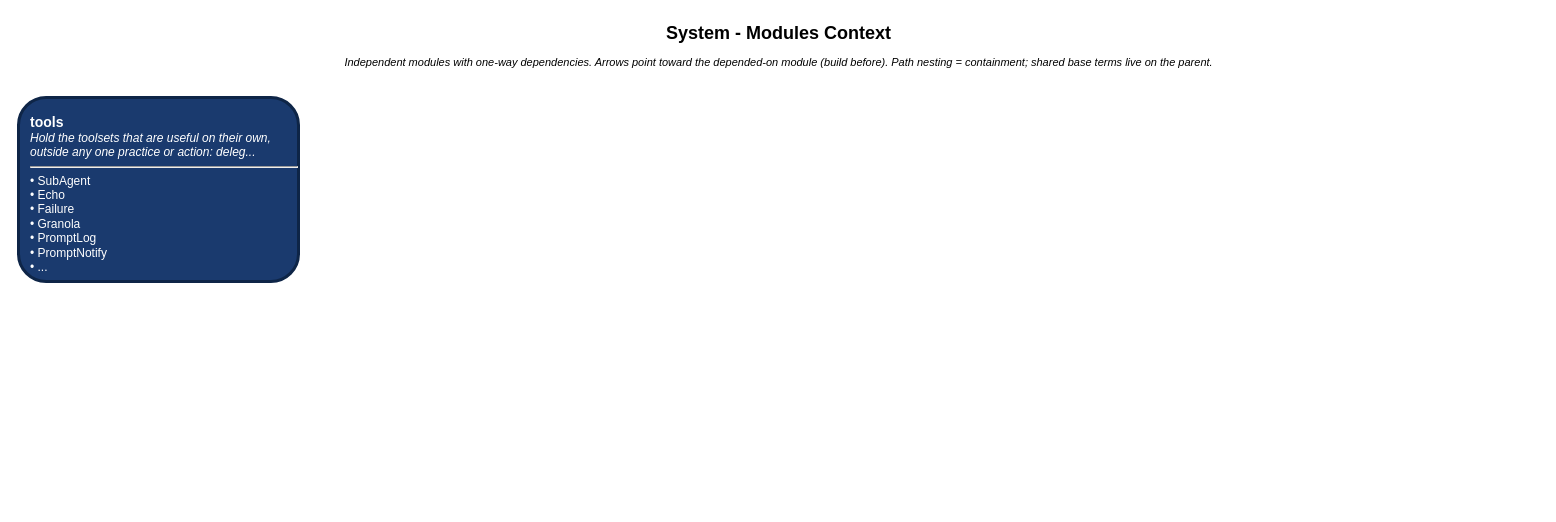
abd-works/abd-context-driven-delivery keeps this draw.io diagram as .context/modules.drawio. Above is the earlier version. Source tidied: cells renumbered, new cells numbered last; positions are measured from the earlier drawing's top-left corner, leaving out a move shared by most shapes. Both pictures are drawn from the tidied source at 100%, with x=0, y=0 at pixel (18, 17).
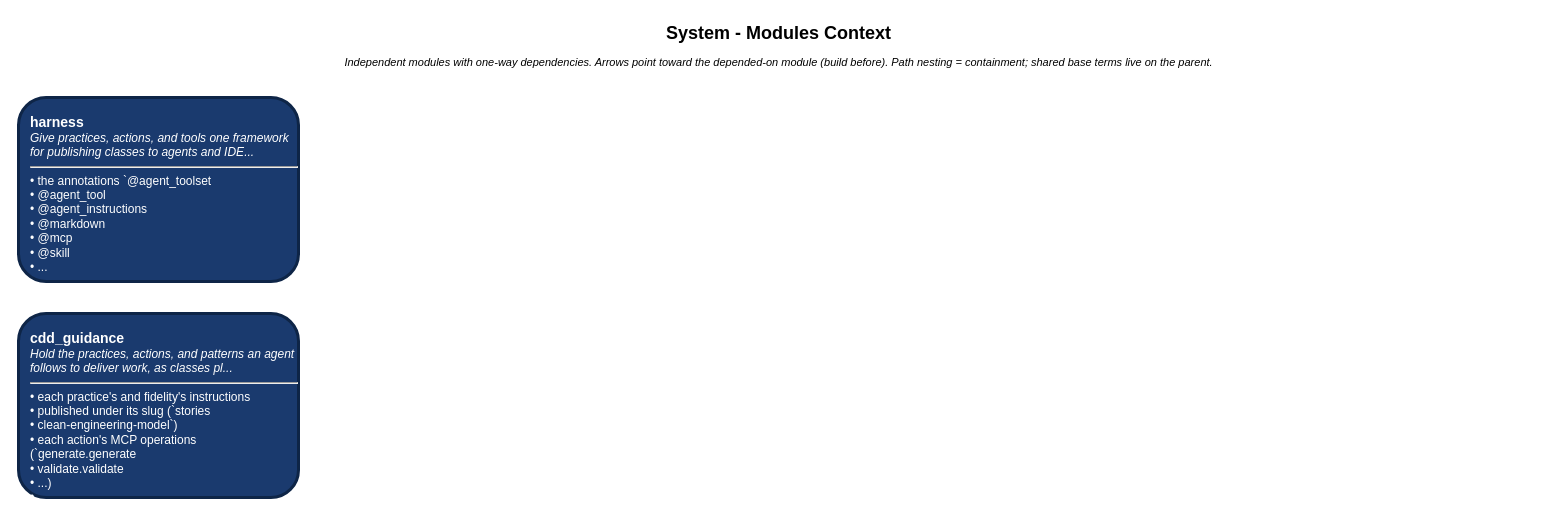
The same page after the edit.

Diff of the diagram source:
```diff
@@
 <mxGraphModel>
   <root>
     <mxCell id="0" />
     <mxCell id="1" parent="0" />
     <mxCell id="2" value="System - Modules Context" style="text;html=1;align=center;verticalAlign=middle;fontSize=18;fontStyle=1;" parent="1" vertex="1">
       <mxGeometry width="1520" height="32" as="geometry" />
     </mxCell>
     <mxCell id="3" value="Independent modules with one-way dependencies. Arrows point toward the depended-on module (build before). Path nesting = containment; shared base terms live on the parent." style="text;html=1;align=center;verticalAlign=middle;fontSize=11;fontStyle=2;" parent="1" vertex="1">
       <mxGeometry y="35" width="1520" height="20" as="geometry" />
     </mxCell>
-    <mxCell id="4" value="&lt;b style=&quot;font-size: 14px;&quot;&gt;tools&lt;/b&gt;&lt;br&gt;&lt;i&gt;Hold the toolsets that are useful on their own, outside any one practice or action: deleg...&lt;/i&gt;&lt;hr&gt;• SubAgent&lt;br&gt;• Echo&lt;br&gt;• Failure&lt;br&gt;• Granola&lt;br&gt;• PromptLog&lt;br&gt;• PromptNotify&lt;br&gt;• ..." style="rounded=1;whiteSpace=wrap;html=1;fillColor=#1a3a6e;strokeColor=#0e2547;fontColor=#ffffff;fontSize=12;align=left;verticalAlign=top;spacingLeft=10;spacingTop=10;strokeWidth=3;" parent="1" vertex="1">
-      <mxGeometry y="80" width="280" height="184" as="geometry" />
-    </mxCell>
+    <mxCell id="5" value="&lt;b style=&quot;font-size: 14px;&quot;&gt;harness&lt;/b&gt;&lt;br&gt;&lt;i&gt;Give practices, actions, and tools one framework for publishing classes to agents and IDE...&lt;/i&gt;&lt;hr&gt;• the annotations `@agent_toolset&lt;br&gt;• @agent_tool&lt;br&gt;• @agent_instructions&lt;br&gt;• @markdown&lt;br&gt;• @mcp&lt;br&gt;• @skill&lt;br&gt;• ..." style="rounded=1;whiteSpace=wrap;html=1;fillColor=#1a3a6e;strokeColor=#0e2547;fontColor=#ffffff;fontSize=12;align=left;verticalAlign=top;spacingLeft=10;spacingTop=10;strokeWidth=3;" parent="1" vertex="1">
+      <mxGeometry y="80" width="280" height="184" as="geometry" />
+    </mxCell>
+    <mxCell id="6" value="&lt;b style=&quot;font-size: 14px;&quot;&gt;cdd_guidance&lt;/b&gt;&lt;br&gt;&lt;i&gt;Hold the practices, actions, and patterns an agent follows to deliver work, as classes pl...&lt;/i&gt;&lt;hr&gt;• each practice&amp;#x27;s and fidelity&amp;#x27;s instructions&lt;br&gt;• published under its slug (`stories&lt;br&gt;• clean-engineering-model`)&lt;br&gt;• each action&amp;#x27;s MCP operations (`generate.generate&lt;br&gt;• validate.validate&lt;br&gt;• ...)&lt;br&gt;• ..." style="rounded=1;whiteSpace=wrap;html=1;fillColor=#1a3a6e;strokeColor=#0e2547;fontColor=#ffffff;fontSize=12;align=left;verticalAlign=top;spacingLeft=10;spacingTop=10;strokeWidth=3;" parent="1" vertex="1">
+      <mxGeometry y="296" width="280" height="184" as="geometry" />
+    </mxCell>
   </root>
 </mxGraphModel>
```
